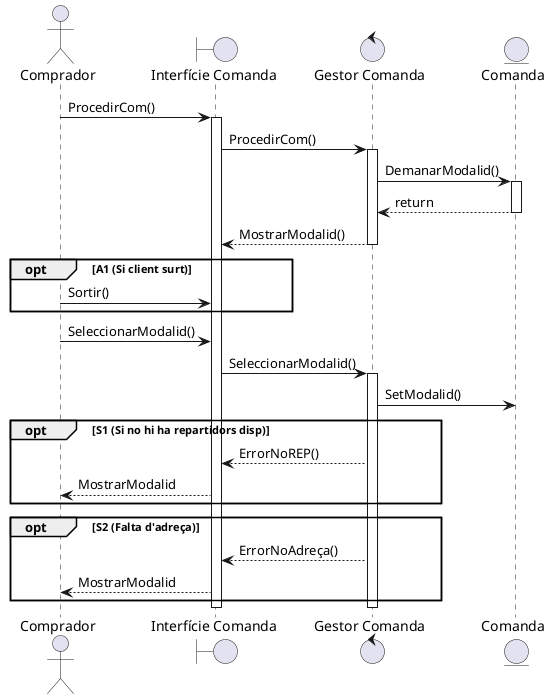
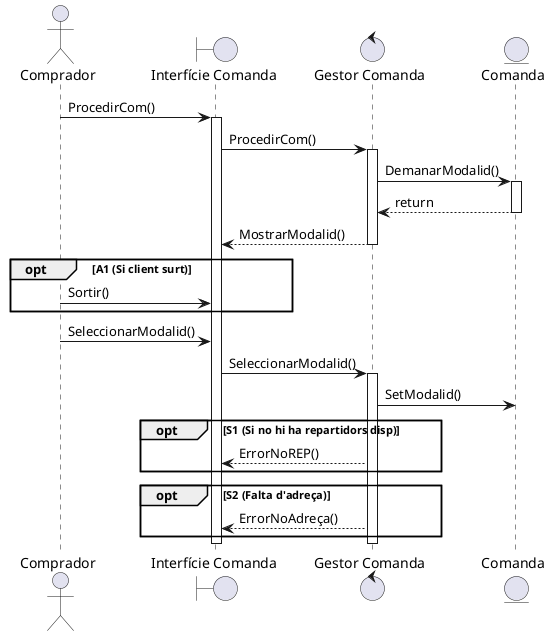
@startuml
actor Comprador
boundary "Interfície Comanda"
control "Gestor Comanda"
entity Comanda

' --- INICI ---
Comprador -> "Interfície Comanda" : ProcedirCom()
activate "Interfície Comanda"

"Interfície Comanda" -> "Gestor Comanda" : ProcedirCom()
activate "Gestor Comanda"

"Gestor Comanda" -> Comanda : DemanarModalid()
activate Comanda

Comanda --> "Gestor Comanda" : return
deactivate Comanda

"Gestor Comanda" --> "Interfície Comanda" : MostrarModalid()
deactivate "Gestor Comanda"

' --- A1: CANCEL·LACIÓ ---
opt A1 (Si client surt)
    Comprador -> "Interfície Comanda" : Sortir()
end

' --- SELECCIÓ DE MODALITAT ---
Comprador -> "Interfície Comanda" : SeleccionarModalid()

"Interfície Comanda" -> "Gestor Comanda" : SeleccionarModalid()
activate "Gestor Comanda"

"Gestor Comanda" -> Comanda : SetModalid()

' --- S1: SENSE REPARTIDORS ---
opt S1 (Si no hi ha repartidors disp)
    "Gestor Comanda" --> "Interfície Comanda" : ErrorNoREP()
-     "Interfície Comanda" --> Comprador : MostrarModalid
end

' --- S2: FALTA ADREÇA ---
opt S2 (Falta d'adreça)
    "Gestor Comanda" --> "Interfície Comanda" : ErrorNoAdreça()
-     "Interfície Comanda" --> Comprador : MostrarModalid
end

deactivate "Gestor Comanda"
deactivate "Interfície Comanda"

@enduml
